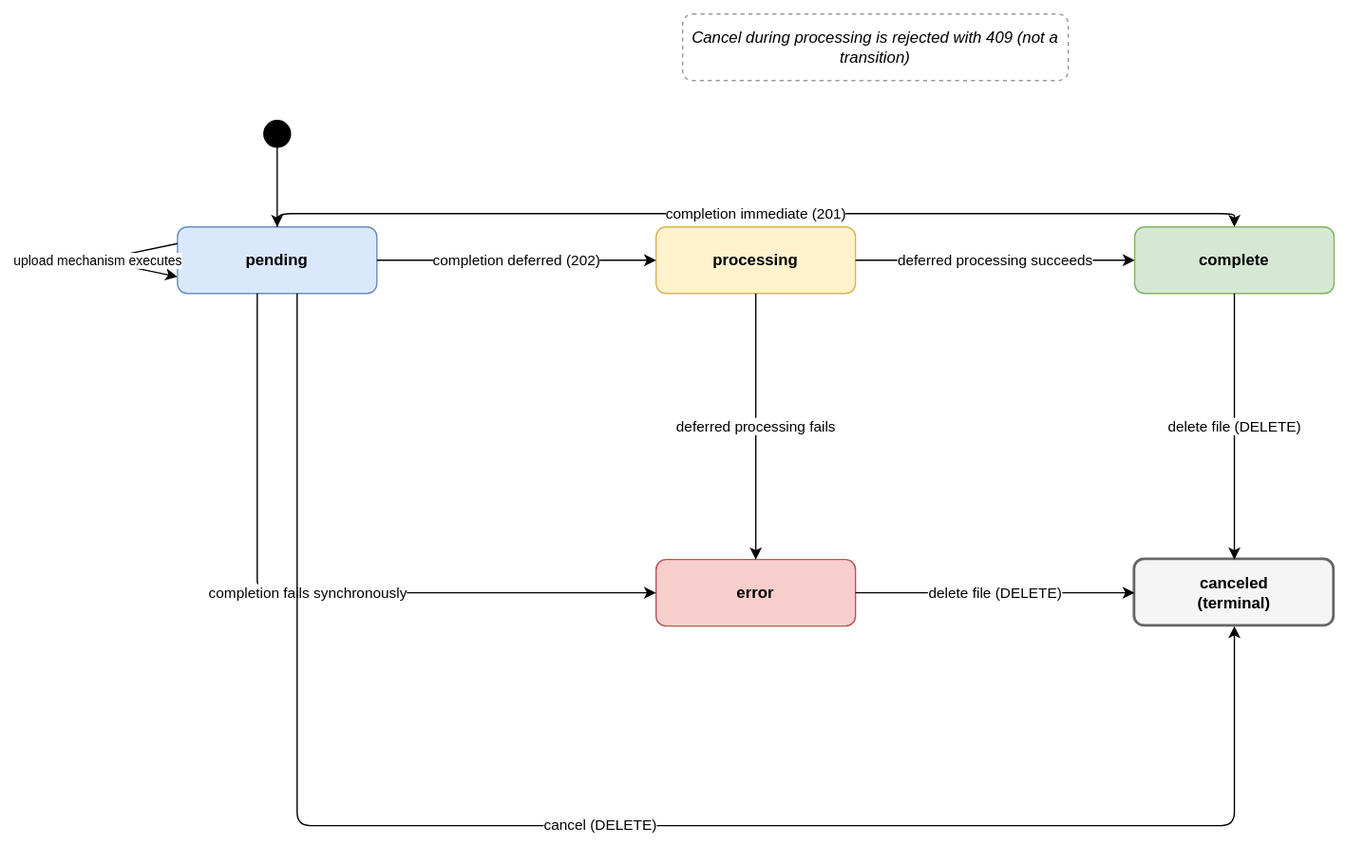
python/peps keeps this draw.io diagram as peps/pep-0694/file-upload-session-states.drawio.svg. Above is the earlier version. Source tidied: cells renumbered, new cells last; positions are measured from the earlier drawing's top-left corner, leaving out a move shared by most shapes. Its diagram source:
```xml
<mxGraphModel>
  <root>
    <mxCell id="0" />
    <mxCell id="1" parent="0" />
    <mxCell id="2" style="ellipse;whiteSpace=wrap;html=1;fillColor=#000000;strokeColor=#000000;" parent="1" vertex="1">
      <mxGeometry x="125" y="80" width="20" height="20" as="geometry" />
    </mxCell>
    <mxCell id="3" value="pending" style="rounded=1;whiteSpace=wrap;html=1;fillColor=#DAE8FC;strokeColor=#6C8EBF;fontStyle=1;" parent="1" vertex="1">
      <mxGeometry x="60" y="160" width="150" height="50" as="geometry" />
    </mxCell>
    <mxCell id="4" value="processing" style="rounded=1;whiteSpace=wrap;html=1;fillColor=#FFF2CC;strokeColor=#D6B656;fontStyle=1;" parent="1" vertex="1">
      <mxGeometry x="420" y="160" width="150" height="50" as="geometry" />
    </mxCell>
    <mxCell id="5" value="complete" style="rounded=1;whiteSpace=wrap;html=1;fillColor=#D5E8D4;strokeColor=#82B366;fontStyle=1;" parent="1" vertex="1">
      <mxGeometry x="780" y="160" width="150" height="50" as="geometry" />
    </mxCell>
    <mxCell id="6" value="error" style="rounded=1;whiteSpace=wrap;html=1;fillColor=#F8CECC;strokeColor=#B85450;fontStyle=1;" parent="1" vertex="1">
      <mxGeometry x="420" y="410" width="150" height="50" as="geometry" />
    </mxCell>
    <mxCell id="7" value="canceled&#10;(terminal)" style="rounded=1;whiteSpace=wrap;html=1;fillColor=#F5F5F5;strokeColor=#666666;strokeWidth=2;fontStyle=1;" parent="1" vertex="1">
      <mxGeometry x="780" y="410" width="150" height="50" as="geometry" />
    </mxCell>
    <mxCell id="8" value="Cancel during processing is rejected with 409 (not a transition)" style="rounded=1;whiteSpace=wrap;html=1;dashed=1;fillColor=none;strokeColor=#999999;fontStyle=2;" parent="1" vertex="1">
      <mxGeometry x="440" width="290" height="50" as="geometry" />
    </mxCell>
    <mxCell id="9" style="edgeStyle=orthogonalEdgeStyle;rounded=1;html=1;" parent="1" edge="1" source="2" target="3">
      <mxGeometry relative="1" as="geometry" />
    </mxCell>
    <mxCell id="10" value="completion deferred (202)" style="edgeStyle=orthogonalEdgeStyle;rounded=1;html=1;" parent="1" edge="1" source="3" target="4">
      <mxGeometry relative="1" as="geometry" />
    </mxCell>
    <mxCell id="11" value="deferred processing succeeds" style="edgeStyle=orthogonalEdgeStyle;rounded=1;html=1;" parent="1" edge="1" source="4" target="5">
      <mxGeometry relative="1" as="geometry" />
    </mxCell>
    <mxCell id="12" value="completion immediate (201)" style="edgeStyle=orthogonalEdgeStyle;rounded=1;html=1;exitX=0.5;exitY=0;exitDx=0;exitDy=0;entryX=0.5;entryY=0;entryDx=0;entryDy=0;" parent="1" edge="1" source="3" target="5">
      <mxGeometry relative="1" as="geometry" />
    </mxCell>
    <mxCell id="13" value="completion fails synchronously" style="edgeStyle=orthogonalEdgeStyle;rounded=1;html=1;exitX=0.4;exitY=1;exitDx=0;exitDy=0;entryX=0;entryY=0.5;entryDx=0;entryDy=0;" parent="1" edge="1" source="3" target="6">
      <mxGeometry relative="1" as="geometry" />
    </mxCell>
    <mxCell id="14" value="cancel (DELETE)" style="edgeStyle=orthogonalEdgeStyle;rounded=1;html=1;exitX=0.6;exitY=1;exitDx=0;exitDy=0;entryX=0.5;entryY=1;entryDx=0;entryDy=0;" parent="1" edge="1" source="3" target="7">
      <mxGeometry relative="1" as="geometry">
        <Array as="points">
          <mxPoint x="150" y="610" />
          <mxPoint x="855" y="610" />
        </Array>
      </mxGeometry>
    </mxCell>
    <mxCell id="15" value="upload mechanism executes" style="edgeStyle=orthogonalEdgeStyle;rounded=1;html=1;exitX=0;exitY=0.25;exitDx=0;exitDy=0;entryX=0;entryY=0.75;entryDx=0;entryDy=0;fontSize=10;" parent="1" edge="1" source="3" target="3">
      <mxGeometry relative="1" as="geometry">
        <Array as="points">
          <mxPoint y="185" />
        </Array>
      </mxGeometry>
    </mxCell>
    <mxCell id="16" value="deferred processing fails" style="edgeStyle=orthogonalEdgeStyle;rounded=1;html=1;" parent="1" edge="1" source="4" target="6">
      <mxGeometry relative="1" as="geometry" />
    </mxCell>
    <mxCell id="17" value="delete file (DELETE)" style="edgeStyle=orthogonalEdgeStyle;rounded=1;html=1;exitX=0.5;exitY=1;exitDx=0;exitDy=0;entryX=0.5;entryY=0;entryDx=0;entryDy=0;" parent="1" edge="1" source="5" target="7">
      <mxGeometry relative="1" as="geometry" />
    </mxCell>
    <mxCell id="18" value="delete file (DELETE)" style="edgeStyle=orthogonalEdgeStyle;rounded=1;html=1;" parent="1" edge="1" source="6" target="7">
      <mxGeometry relative="1" as="geometry" />
    </mxCell>
  </root>
</mxGraphModel>
```
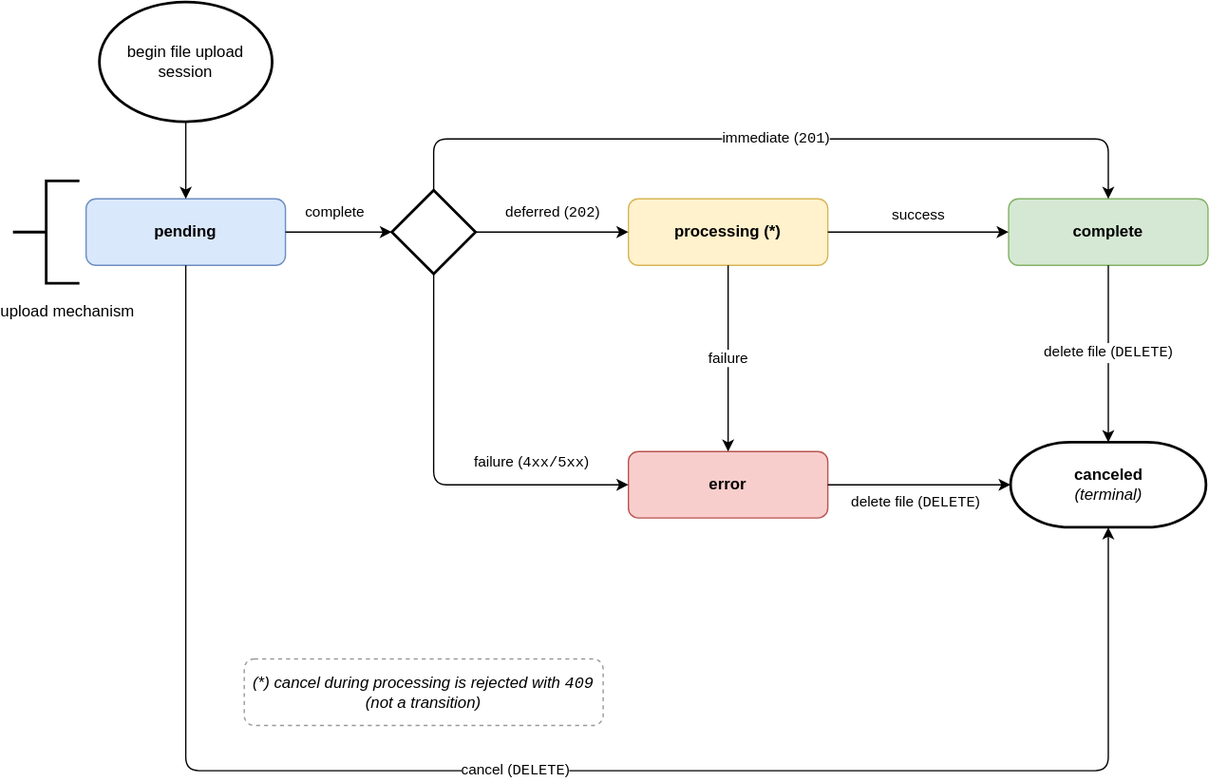
Later version of the same file.

Commit message:
File publishing session diagram is completed

Diff of the diagram source:
```diff
@@ -2,65 +2,78 @@
   <root>
     <mxCell id="0" />
     <mxCell id="1" parent="0" />
-    <mxCell id="2" style="ellipse;whiteSpace=wrap;html=1;fillColor=#000000;strokeColor=#000000;" parent="1" vertex="1">
-      <mxGeometry x="125" y="80" width="20" height="20" as="geometry" />
-    </mxCell>
     <mxCell id="3" value="pending" style="rounded=1;whiteSpace=wrap;html=1;fillColor=#DAE8FC;strokeColor=#6C8EBF;fontStyle=1;" parent="1" vertex="1">
-      <mxGeometry x="60" y="160" width="150" height="50" as="geometry" />
+      <mxGeometry x="60" y="180" width="150" height="50" as="geometry" />
     </mxCell>
-    <mxCell id="4" value="processing" style="rounded=1;whiteSpace=wrap;html=1;fillColor=#FFF2CC;strokeColor=#D6B656;fontStyle=1;" parent="1" vertex="1">
-      <mxGeometry x="420" y="160" width="150" height="50" as="geometry" />
+    <mxCell id="4" value="processing (*)" style="rounded=1;whiteSpace=wrap;html=1;fillColor=light-dark(#FFF2CC,#666600);strokeColor=#D6B656;fontStyle=1;" parent="1" vertex="1">
+      <mxGeometry x="468" y="180" width="150" height="50" as="geometry" />
     </mxCell>
     <mxCell id="5" value="complete" style="rounded=1;whiteSpace=wrap;html=1;fillColor=#D5E8D4;strokeColor=#82B366;fontStyle=1;" parent="1" vertex="1">
-      <mxGeometry x="780" y="160" width="150" height="50" as="geometry" />
+      <mxGeometry x="754" y="180" width="150" height="50" as="geometry" />
     </mxCell>
     <mxCell id="6" value="error" style="rounded=1;whiteSpace=wrap;html=1;fillColor=#F8CECC;strokeColor=#B85450;fontStyle=1;" parent="1" vertex="1">
-      <mxGeometry x="420" y="410" width="150" height="50" as="geometry" />
+      <mxGeometry x="468" y="370" width="150" height="50" as="geometry" />
     </mxCell>
-    <mxCell id="7" value="canceled&#10;(terminal)" style="rounded=1;whiteSpace=wrap;html=1;fillColor=#F5F5F5;strokeColor=#666666;strokeWidth=2;fontStyle=1;" parent="1" vertex="1">
-      <mxGeometry x="780" y="410" width="150" height="50" as="geometry" />
+    <mxCell id="7" value="&lt;b&gt;canceled&lt;/b&gt;&lt;br&gt;&lt;i&gt;(terminal)&lt;/i&gt;" style="strokeWidth=2;html=1;shape=mxgraph.flowchart.terminator;whiteSpace=wrap;fillColor=light-dark(#FFFFFF,#512D2B);" parent="1" vertex="1">
+      <mxGeometry x="755.5" y="363" width="147" height="64" as="geometry" />
     </mxCell>
-    <mxCell id="8" value="Cancel during processing is rejected with 409 (not a transition)" style="rounded=1;whiteSpace=wrap;html=1;dashed=1;fillColor=none;strokeColor=#999999;fontStyle=2;" parent="1" vertex="1">
-      <mxGeometry x="440" width="290" height="50" as="geometry" />
+    <mxCell id="8" value="(*) cancel during processing is rejected with &lt;font face=&quot;Courier New&quot;&gt;409&lt;/font&gt; (not a transition)" style="rounded=1;whiteSpace=wrap;html=1;dashed=1;fillColor=none;strokeColor=#999999;fontStyle=2;" parent="1" vertex="1">
+      <mxGeometry x="179" y="526" width="270" height="50" as="geometry" />
     </mxCell>
-    <mxCell id="9" style="edgeStyle=orthogonalEdgeStyle;rounded=1;html=1;" parent="1" edge="1" source="2" target="3">
-      <mxGeometry relative="1" as="geometry" />
-    </mxCell>
-    <mxCell id="10" value="completion deferred (202)" style="edgeStyle=orthogonalEdgeStyle;rounded=1;html=1;" parent="1" edge="1" source="3" target="4">
-      <mxGeometry relative="1" as="geometry" />
-    </mxCell>
+    <mxCell id="19" value="begin file upload session" style="strokeWidth=2;html=1;shape=mxgraph.flowchart.start_1;whiteSpace=wrap;" parent="1" vertex="1">
+      <mxGeometry x="70" y="32" width="130" height="90" as="geometry" />
+    </mxCell>
+    <mxCell id="20" value="upload mechanism&lt;div&gt;&lt;br&gt;&lt;/div&gt;" style="strokeWidth=2;html=1;shape=mxgraph.flowchart.annotation_2;align=left;labelPosition=right;overflow=visible;direction=east;noLabel=0;labelPadding=0;movableLabel=1;" parent="1" vertex="1">
+      <mxGeometry x="5" y="166.5" width="50" height="77" as="geometry">
+        <mxPoint x="-61" y="67" as="offset" />
+      </mxGeometry>
+    </mxCell>
+    <mxCell id="21" style="strokeWidth=2;html=1;shape=mxgraph.flowchart.decision;whiteSpace=wrap;" parent="1" vertex="1">
+      <mxGeometry x="290" y="173.5" width="63" height="63" as="geometry" />
+    </mxCell>
+    <mxCell id="22" style="edgeStyle=orthogonalEdgeStyle;rounded=1;html=1;exitX=0.5;exitY=1;exitDx=0;exitDy=0;exitPerimeter=0;entryX=0.5;entryY=0;entryDx=0;entryDy=0;entryPerimeter=0;" parent="1" edge="1" source="19" target="3">
+      <mxGeometry relative="1" as="geometry" />
+    </mxCell>
+    <mxCell id="23" value="complete" style="edgeStyle=orthogonalEdgeStyle;rounded=1;html=1;exitX=1;exitY=0.5;exitDx=0;exitDy=0;entryX=0;entryY=0.5;entryDx=0;entryDy=0;entryPerimeter=0;" parent="1" edge="1" source="3" target="21">
+      <mxGeometry x="-0.07" y="15" relative="1" as="geometry" />
+    </mxCell>
+    <mxCell id="24" value="immediate (&lt;font face=&quot;Courier New&quot;&gt;201&lt;/font&gt;)" style="edgeStyle=orthogonalEdgeStyle;rounded=1;html=1;exitX=0.5;exitY=0;exitDx=0;exitDy=0;exitPerimeter=0;entryX=0.5;entryY=0;entryDx=0;entryDy=0;entryPerimeter=0;" parent="1" edge="1" source="21" target="5">
+      <mxGeometry relative="1" as="geometry">
+        <Array as="points">
+          <mxPoint x="322" y="135" />
+          <mxPoint x="829" y="135" />
+        </Array>
+      </mxGeometry>
+    </mxCell>
+    <mxCell id="25" value="deferred (&lt;font face=&quot;Courier New&quot;&gt;202&lt;/font&gt;)" style="edgeStyle=orthogonalEdgeStyle;rounded=1;html=1;exitX=1;exitY=0.5;exitDx=0;exitDy=0;exitPerimeter=0;entryX=0;entryY=0.5;entryDx=0;entryDy=0;entryPerimeter=0;" parent="1" edge="1" source="21" target="4">
+      <mxGeometry x="0.01" y="14" relative="1" as="geometry" />
+    </mxCell>
+    <mxCell id="26" value="failure (&lt;font face=&quot;Courier New&quot;&gt;4xx/5xx&lt;/font&gt;)" style="edgeStyle=orthogonalEdgeStyle;rounded=1;html=1;exitX=0.5;exitY=1;exitDx=0;exitDy=0;exitPerimeter=0;entryX=0;entryY=0.5;entryDx=0;entryDy=0;entryPerimeter=0;" parent="1" edge="1" source="21" target="6">
+      <mxGeometry x="0.52" y="16" relative="1" as="geometry">
+        <Array as="points">
+          <mxPoint x="321" y="395" />
+        </Array>
+      </mxGeometry>
+    </mxCell>
-    <mxCell id="11" value="deferred processing succeeds" style="edgeStyle=orthogonalEdgeStyle;rounded=1;html=1;" parent="1" edge="1" source="4" target="5">
-      <mxGeometry relative="1" as="geometry" />
+    <mxCell id="11" value="success" style="edgeStyle=orthogonalEdgeStyle;rounded=1;html=1;exitX=1;exitY=0.5;exitDx=0;exitDy=0;exitPerimeter=0;entryX=0;entryY=0.5;entryDx=0;entryDy=0;entryPerimeter=0;" parent="1" edge="1" source="4" target="5">
+      <mxGeometry y="13" relative="1" as="geometry" />
     </mxCell>
-    <mxCell id="12" value="completion immediate (201)" style="edgeStyle=orthogonalEdgeStyle;rounded=1;html=1;exitX=0.5;exitY=0;exitDx=0;exitDy=0;entryX=0.5;entryY=0;entryDx=0;entryDy=0;" parent="1" edge="1" source="3" target="5">
-      <mxGeometry relative="1" as="geometry" />
-    </mxCell>
-    <mxCell id="13" value="completion fails synchronously" style="edgeStyle=orthogonalEdgeStyle;rounded=1;html=1;exitX=0.4;exitY=1;exitDx=0;exitDy=0;entryX=0;entryY=0.5;entryDx=0;entryDy=0;" parent="1" edge="1" source="3" target="6">
-      <mxGeometry relative="1" as="geometry" />
-    </mxCell>
+    <mxCell id="16" value="failure" style="edgeStyle=orthogonalEdgeStyle;rounded=1;html=1;exitX=0.5;exitY=1;exitDx=0;exitDy=0;exitPerimeter=0;entryX=0.5;entryY=0;entryDx=0;entryDy=0;entryPerimeter=0;" parent="1" edge="1" source="4" target="6">
+      <mxGeometry relative="1" as="geometry" />
+    </mxCell>
-    <mxCell id="14" value="cancel (DELETE)" style="edgeStyle=orthogonalEdgeStyle;rounded=1;html=1;exitX=0.6;exitY=1;exitDx=0;exitDy=0;entryX=0.5;entryY=1;entryDx=0;entryDy=0;" parent="1" edge="1" source="3" target="7">
+    <mxCell id="14" value="cancel (&lt;font face=&quot;Courier New&quot;&gt;DELETE&lt;/font&gt;)" style="edgeStyle=orthogonalEdgeStyle;rounded=1;html=1;exitX=0.5;exitY=1;exitDx=0;exitDy=0;exitPerimeter=0;entryX=0.5;entryY=1;entryDx=0;entryDy=0;entryPerimeter=0;" parent="1" edge="1" source="3" target="7">
       <mxGeometry relative="1" as="geometry">
         <Array as="points">
-          <mxPoint x="150" y="610" />
-          <mxPoint x="855" y="610" />
+          <mxPoint x="135" y="610" />
+          <mxPoint x="829" y="610" />
         </Array>
       </mxGeometry>
     </mxCell>
-    <mxCell id="15" value="upload mechanism executes" style="edgeStyle=orthogonalEdgeStyle;rounded=1;html=1;exitX=0;exitY=0.25;exitDx=0;exitDy=0;entryX=0;entryY=0.75;entryDx=0;entryDy=0;fontSize=10;" parent="1" edge="1" source="3" target="3">
-      <mxGeometry relative="1" as="geometry">
-        <Array as="points">
-          <mxPoint y="185" />
-        </Array>
-      </mxGeometry>
-    </mxCell>
-    <mxCell id="16" value="deferred processing fails" style="edgeStyle=orthogonalEdgeStyle;rounded=1;html=1;" parent="1" edge="1" source="4" target="6">
-      <mxGeometry relative="1" as="geometry" />
-    </mxCell>
-    <mxCell id="17" value="delete file (DELETE)" style="edgeStyle=orthogonalEdgeStyle;rounded=1;html=1;exitX=0.5;exitY=1;exitDx=0;exitDy=0;entryX=0.5;entryY=0;entryDx=0;entryDy=0;" parent="1" edge="1" source="5" target="7">
+    <mxCell id="17" value="delete file (&lt;font face=&quot;Courier New&quot;&gt;DELETE&lt;/font&gt;)" style="edgeStyle=orthogonalEdgeStyle;rounded=1;html=1;exitX=0.5;exitY=1;exitDx=0;exitDy=0;exitPerimeter=0;entryX=0.5;entryY=0;entryDx=0;entryDy=0;entryPerimeter=0;" parent="1" edge="1" source="5" target="7">
       <mxGeometry relative="1" as="geometry" />
     </mxCell>
-    <mxCell id="18" value="delete file (DELETE)" style="edgeStyle=orthogonalEdgeStyle;rounded=1;html=1;" parent="1" edge="1" source="6" target="7">
-      <mxGeometry relative="1" as="geometry" />
+    <mxCell id="18" value="delete file (&lt;font face=&quot;Courier New&quot;&gt;DELETE&lt;/font&gt;)" style="edgeStyle=orthogonalEdgeStyle;rounded=1;html=1;exitX=1;exitY=0.5;exitDx=0;exitDy=0;exitPerimeter=0;entryX=0;entryY=0.5;entryDx=0;entryDy=0;entryPerimeter=0;" parent="1" edge="1" source="6" target="7">
+      <mxGeometry x="-0.04" y="-14" relative="1" as="geometry" />
     </mxCell>
   </root>
 </mxGraphModel>
```
